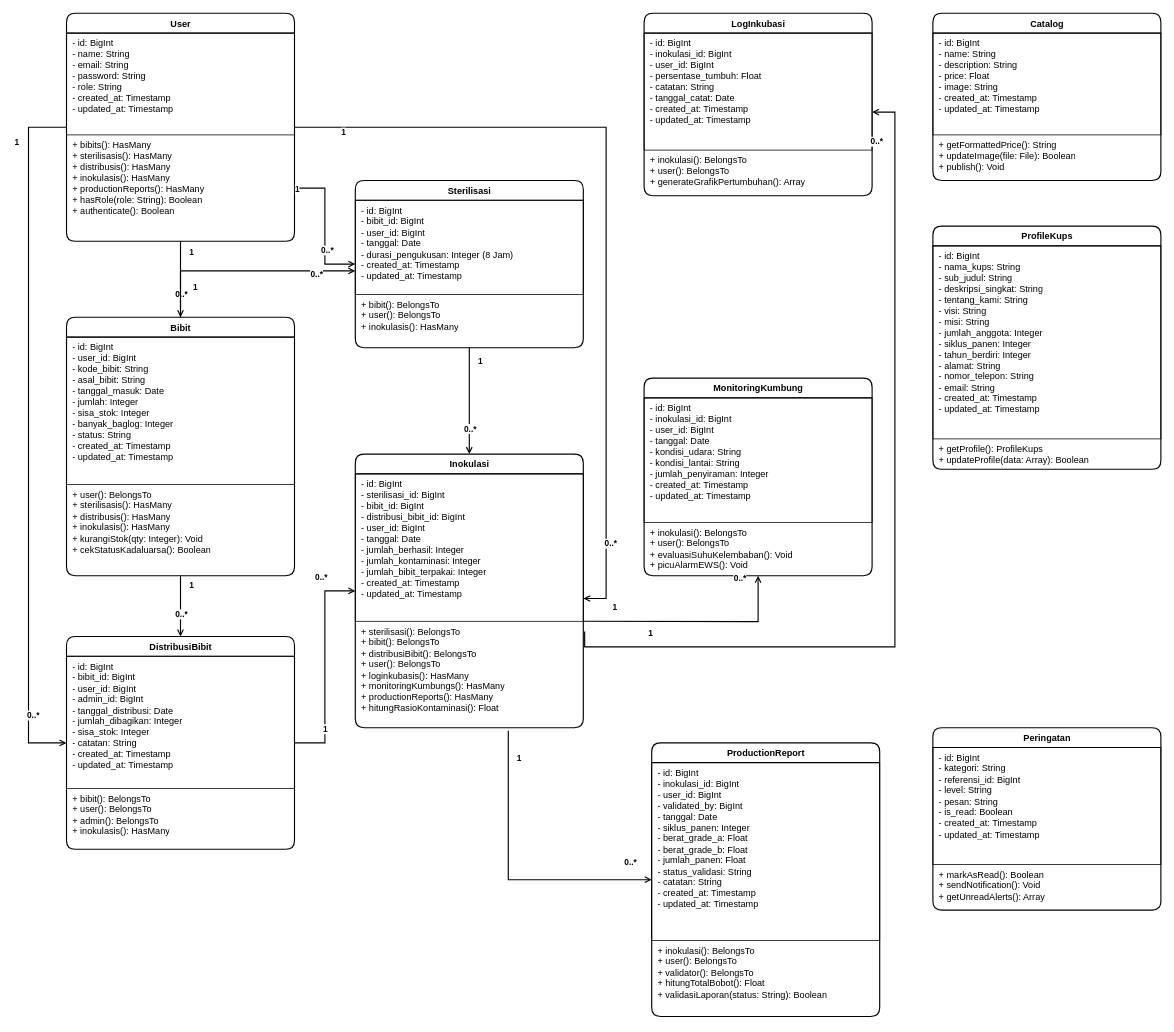
DaraAnggunJelita/jamur_tiram keeps this draw.io diagram as class_diagram_sistem_sekarang.drawio. Above is the earlier version. Source tidied: cells renumbered, new cells numbered last; positions are measured from the earlier drawing's top-left corner, leaving out a move shared by most shapes. Both pictures are drawn from the tidied source at 76%, with x=0, y=0 at pixel (28, 13).
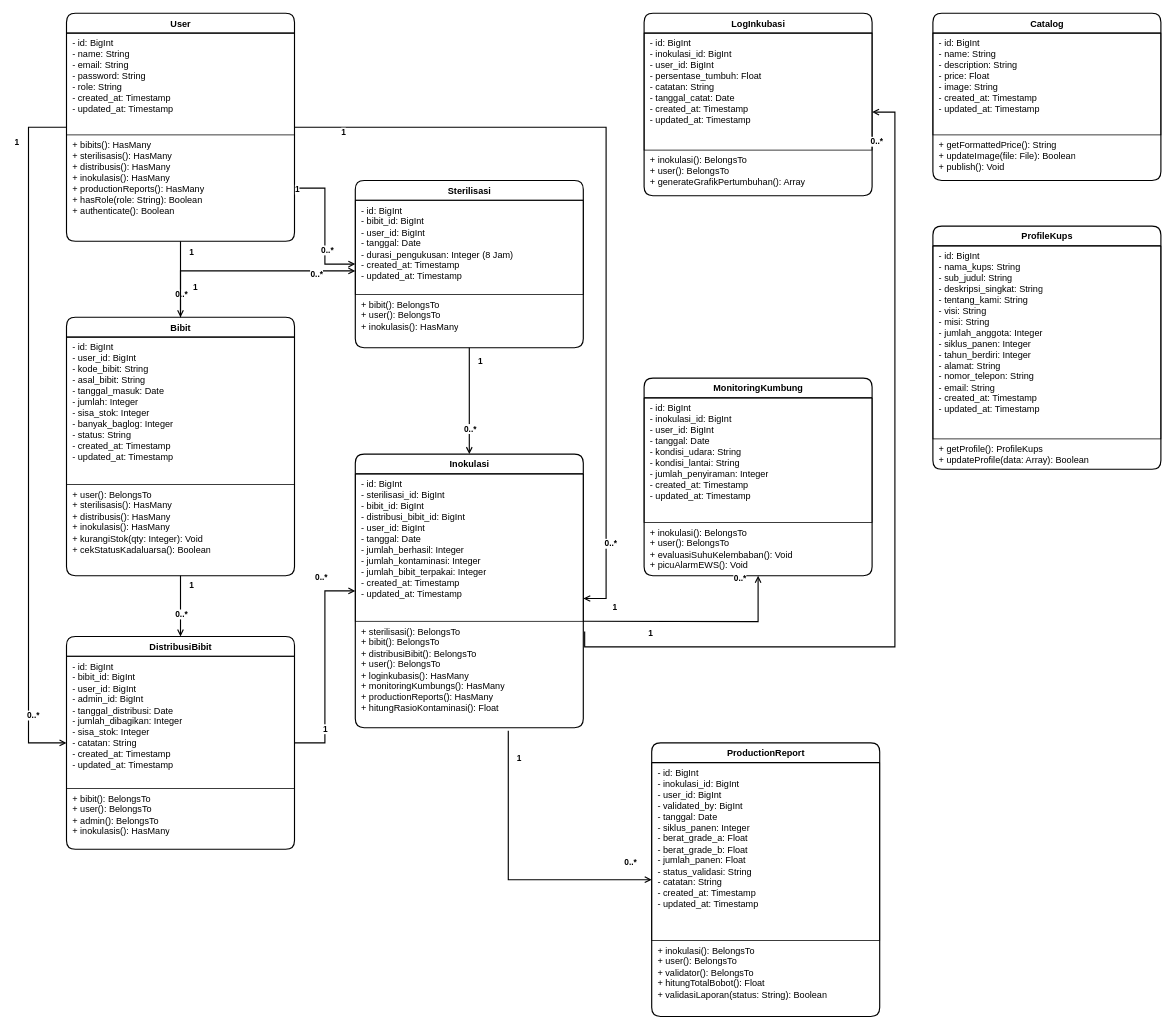
Above is the later version.

Commit message (it also covers changes not shown here):
penghapusan tabel peringatan

The edit, as a diff of the source:
```diff
@@
-    <mxCell id="32" value="Peringatan" style="swimlane;fontStyle=1;align=center;verticalAlign=top;horizontal=1;startSize=26;html=1;fillColor=#ffffff;strokeColor=#000000;strokeWidth=1.5;rounded=1;" parent="1" vertex="1">
-      <mxGeometry x="1190" y="940" width="300" height="240" as="geometry" />
-    </mxCell>
-    <mxCell id="33" value="- id: BigInt&#10;- kategori: String&#10;- referensi_id: BigInt&#10;- level: String&#10;- pesan: String&#10;- is_read: Boolean&#10;- created_at: Timestamp&#10;- updated_at: Timestamp" style="text;strokeColor=#000000;fillColor=none;align=left;verticalAlign=top;spacingLeft=6;spacingRight=6;overflow=hidden;html=1;" parent="32" vertex="1">
-      <mxGeometry y="26" width="300" height="154" as="geometry" />
-    </mxCell>
-    <mxCell id="34" value="+ markAsRead(): Boolean&#10;+ sendNotification(): Void&#10;+ getUnreadAlerts(): Array" style="text;strokeColor=none;fillColor=none;align=left;verticalAlign=top;spacingLeft=6;spacingRight=6;overflow=hidden;html=1;" parent="32" vertex="1">
-      <mxGeometry y="180" width="300" height="60" as="geometry" />
-    </mxCell>
```
